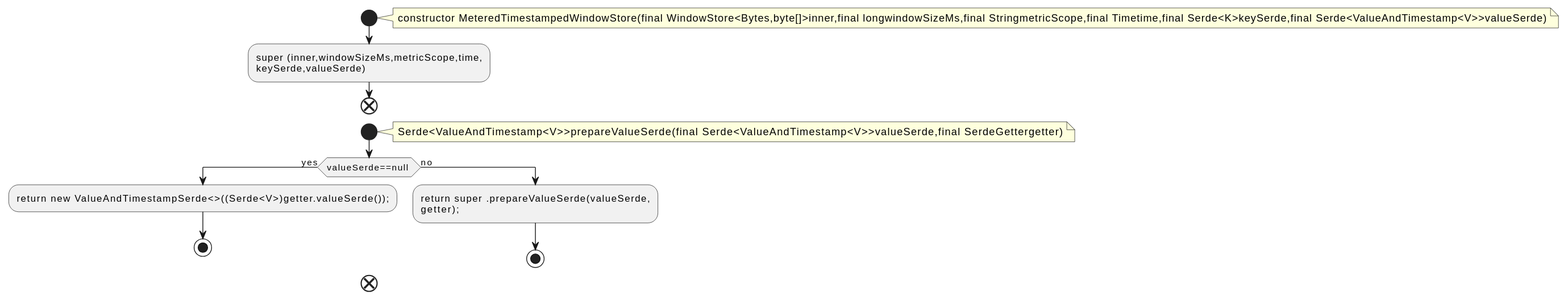
The PlantUML diagram docs/qc/streams/src/main/java/org/apache/kafka/streams/state/internals/MeteredTimestampedWindowStore.java.fct.svg in qualitesys/kafka, before a commit.
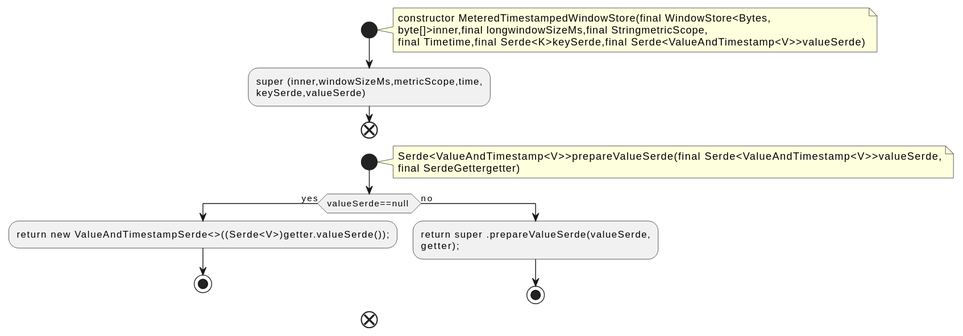
After the change.

Change to the diagram source:
```diff
@@ -2,14 +2,17 @@
 !pragma layout smetana
 start
 note right
-constructor MeteredTimestampedWindowStore(final WindowStore<Bytes,byte[]>inner,final longwindowSizeMs,final StringmetricScope,final Timetime,final Serde<K>keySerde,final Serde<ValueAndTimestamp<V>>valueSerde)
+constructor MeteredTimestampedWindowStore(final WindowStore<Bytes,
+byte[]>inner,final longwindowSizeMs,final StringmetricScope,
+final Timetime,final Serde<K>keySerde,final Serde<ValueAndTimestamp<V>>valueSerde)
 end note
 :super (inner,windowSizeMs,metricScope,time,
 keySerde,valueSerde);
 end
 start
 note right
-Serde<ValueAndTimestamp<V>>prepareValueSerde(final Serde<ValueAndTimestamp<V>>valueSerde,final SerdeGettergetter)
+Serde<ValueAndTimestamp<V>>prepareValueSerde(final Serde<ValueAndTimestamp<V>>valueSerde,
+final SerdeGettergetter)
 end note
 if (valueSerde==null ) then (yes)
 :return new ValueAndTimestampSerde<>((Serde<V>)getter.valueSerde());;
```
